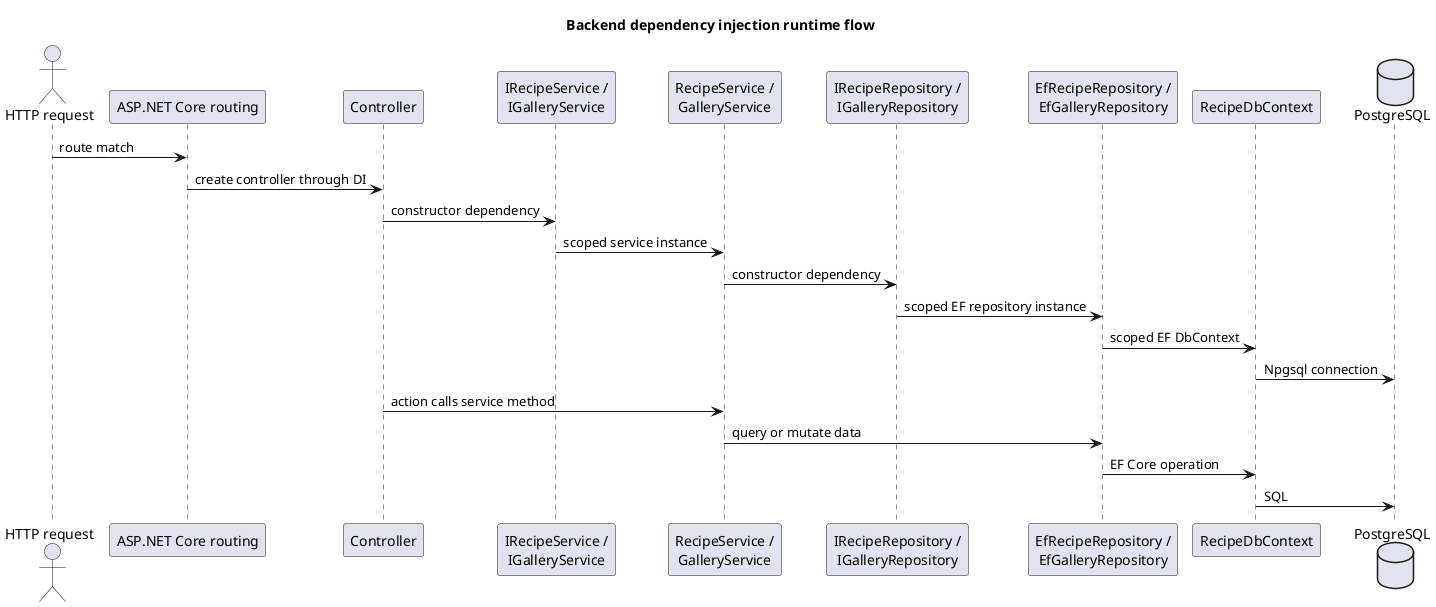
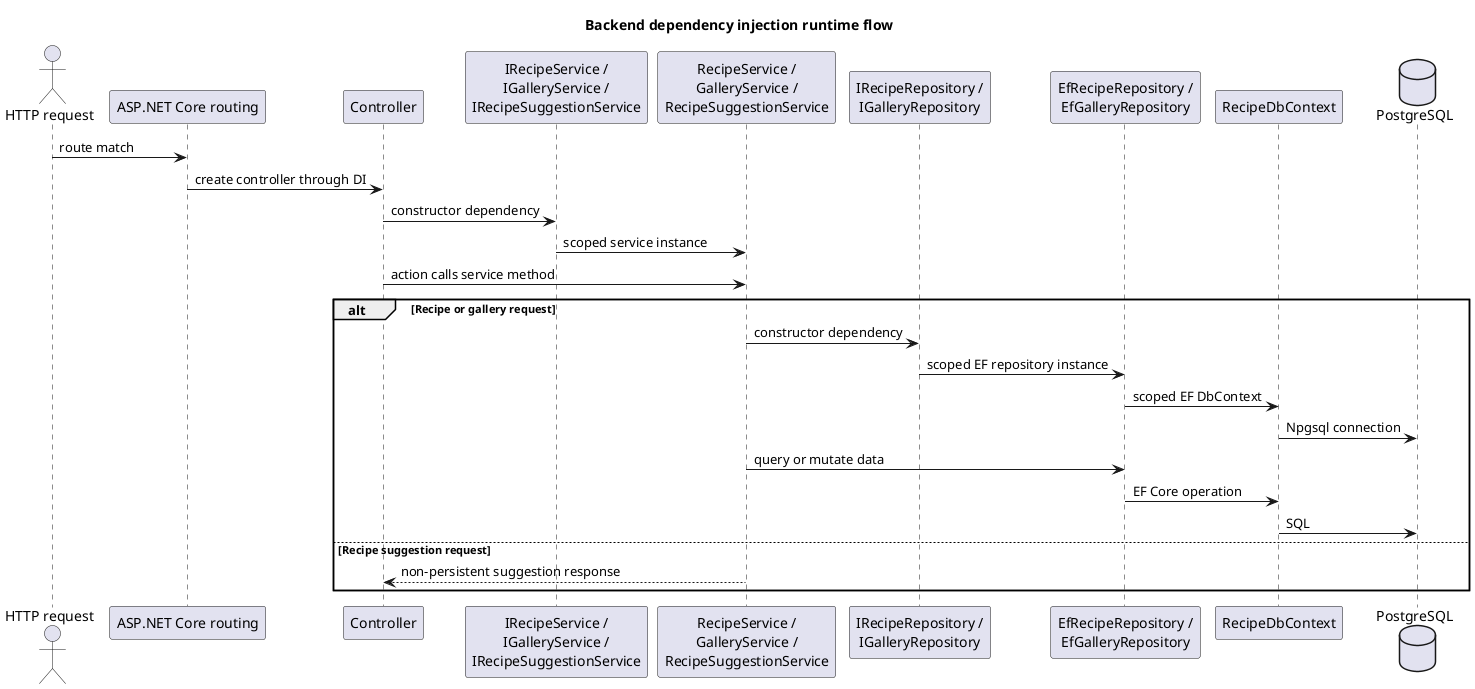
@startuml Backend DI runtime flow

title Backend dependency injection runtime flow

actor "HTTP request" as Request
participant "ASP.NET Core routing" as Routing
participant "Controller" as Controller
- participant "IRecipeService /\nIGalleryService" as IService
- participant "RecipeService /\nGalleryService" as Service
+ participant "IRecipeService /\nIGalleryService /\nIRecipeSuggestionService" as IService
+ participant "RecipeService /\nGalleryService /\nRecipeSuggestionService" as Service
participant "IRecipeRepository /\nIGalleryRepository" as IRepository
participant "EfRecipeRepository /\nEfGalleryRepository" as Repository
participant "RecipeDbContext" as DbContext
database "PostgreSQL" as Postgres

Request -> Routing : route match
Routing -> Controller : create controller through DI
Controller -> IService : constructor dependency
IService -> Service : scoped service instance
- Service -> IRepository : constructor dependency
- IRepository -> Repository : scoped EF repository instance
- Repository -> DbContext : scoped EF DbContext
- DbContext -> Postgres : Npgsql connection

Controller -> Service : action calls service method
- Service -> Repository : query or mutate data
- Repository -> DbContext : EF Core operation
- DbContext -> Postgres : SQL
+ 
+ alt Recipe or gallery request
+   Service -> IRepository : constructor dependency
+   IRepository -> Repository : scoped EF repository instance
+   Repository -> DbContext : scoped EF DbContext
+   DbContext -> Postgres : Npgsql connection
+   Service -> Repository : query or mutate data
+   Repository -> DbContext : EF Core operation
+   DbContext -> Postgres : SQL
+ else Recipe suggestion request
+   Service --> Controller : non-persistent suggestion response
+ end

@enduml
